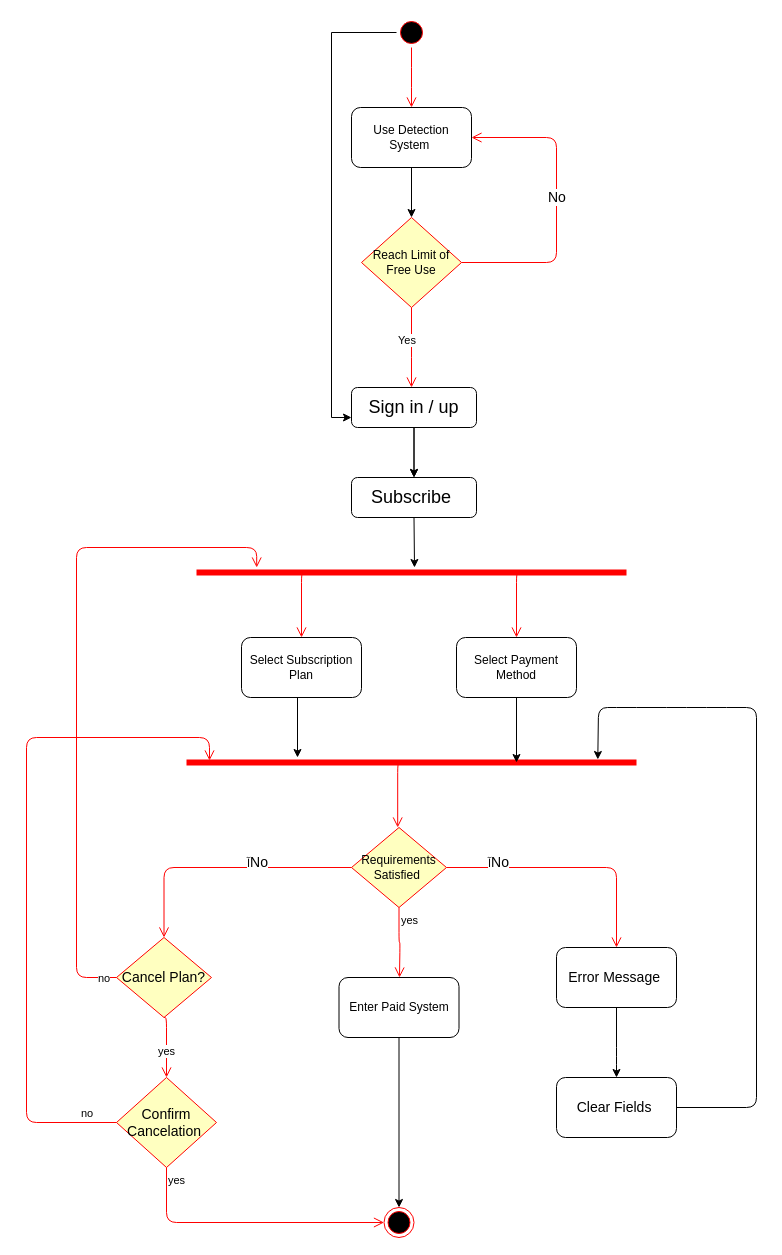
Earlier version of the draw.io diagram Tasks/Reham/Activity Diagram/7 Subscription.drawio (romanyn36/Catch-The-AI). Source tidied: cells renumbered, new cells numbered last; positions are measured from the earlier drawing's top-left corner, leaving out a move shared by most shapes. Both pictures are drawn from the tidied source at 100%, with x=0, y=0 at pixel (26, 17).
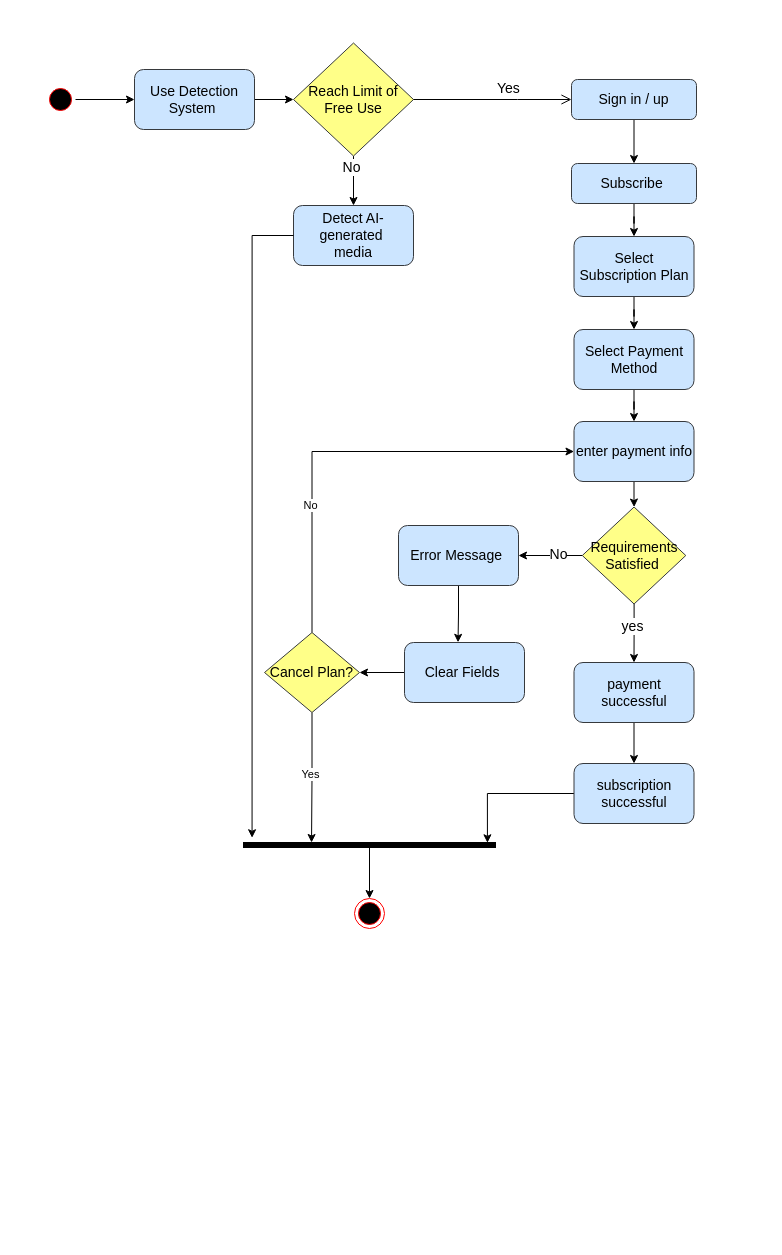
Above is the later version.

Diff of the diagram source:
```diff
@@
-    <mxCell id="2" style="edgeStyle=orthogonalEdgeStyle;rounded=0;jettySize=auto;html=1;entryX=0;entryY=0.75;entryDx=0;entryDy=0;" parent="1" edge="1" source="3" target="11">
-      <mxGeometry relative="1" as="geometry">
-        <Array as="points">
-          <mxPoint x="305" y="15" />
-          <mxPoint x="305" y="400" />
-        </Array>
-      </mxGeometry>
-    </mxCell>
+    <mxCell id="41" style="edgeStyle=orthogonalEdgeStyle;rounded=0;jettySize=auto;html=1;fontSize=14;" parent="1" edge="1" source="3" target="5">
+      <mxGeometry relative="1" as="geometry" />
+    </mxCell>
-    <mxCell id="3" style="ellipse;html=1;shape=startState;fillColor=#000000;strokeColor=#ff0000;" parent="1" vertex="1">
-      <mxGeometry x="370" width="30" height="30" as="geometry" />
+    <mxCell id="3" style="ellipse;html=1;shape=startState;fillColor=#000000;strokeColor=#ff0000;fontSize=14;" parent="1" vertex="1">
+      <mxGeometry x="19" y="67" width="30" height="30" as="geometry" />
     </mxCell>
-    <mxCell id="4" style="edgeStyle=orthogonalEdgeStyle;html=1;verticalAlign=bottom;endArrow=open;endSize=8;strokeColor=#ff0000;" parent="1" edge="1" source="3">
-      <mxGeometry relative="1" as="geometry">
-        <mxPoint x="385" y="90" as="targetPoint" />
-      </mxGeometry>
-    </mxCell>
+    <mxCell id="9" style="edgeStyle=orthogonalEdgeStyle;rounded=0;jettySize=auto;html=1;fontSize=14;" parent="1" edge="1" source="5" target="6">
+      <mxGeometry relative="1" as="geometry" />
+    </mxCell>
-    <mxCell id="5" value="Use Detection System&amp;nbsp;" style="rounded=1;whiteSpace=wrap;html=1;" parent="1" vertex="1">
-      <mxGeometry x="325" y="90" width="120" height="60" as="geometry" />
+    <mxCell id="5" value="Use Detection System&amp;nbsp;" style="rounded=1;whiteSpace=wrap;html=1;fillColor=#cce5ff;strokeColor=#36393d;fontSize=14;" parent="1" vertex="1">
+      <mxGeometry x="108" y="52" width="120" height="60" as="geometry" />
     </mxCell>
+    <mxCell id="42" style="edgeStyle=orthogonalEdgeStyle;rounded=0;jettySize=auto;html=1;fontSize=14;" parent="1" edge="1" source="6" target="58">
+      <mxGeometry relative="1" as="geometry" />
+    </mxCell>
+    <mxCell id="43" value="No" style="edgeLabel;html=1;align=center;verticalAlign=middle;fontSize=14;" parent="42" vertex="1">
+      <mxGeometry x="-0.55" y="-3" relative="1" as="geometry" />
+    </mxCell>
-    <mxCell id="6" value="Reach Limit of Free Use" style="rhombus;whiteSpace=wrap;html=1;fillColor=#ffffc0;strokeColor=#ff0000;" parent="1" vertex="1">
-      <mxGeometry x="335" y="200" width="100" height="90" as="geometry" />
+    <mxCell id="6" value="Reach Limit of Free Use" style="rhombus;whiteSpace=wrap;html=1;fillColor=#ffff88;strokeColor=#36393d;fontSize=14;" parent="1" vertex="1">
+      <mxGeometry x="267" y="25.5" width="120" height="113" as="geometry" />
     </mxCell>
-    <mxCell id="7" value="&lt;font style=&quot;font-size: 14px&quot;&gt;No&lt;/font&gt;" style="edgeStyle=orthogonalEdgeStyle;html=1;align=left;verticalAlign=bottom;endArrow=open;endSize=8;strokeColor=#ff0000;entryX=1;entryY=0.5;entryDx=0;entryDy=0;exitX=1;exitY=0.5;exitDx=0;exitDy=0;" parent="1" edge="1" source="6" target="5">
-      <mxGeometry x="-0.02" y="10" relative="1" as="geometry">
+    <mxCell id="7" value="&lt;font style=&quot;font-size: 14px;&quot;&gt;Yes&lt;/font&gt;" style="edgeStyle=orthogonalEdgeStyle;html=1;align=left;verticalAlign=bottom;endArrow=open;endSize=8;strokeColor=#000000;exitX=1;exitY=0.5;exitDx=0;exitDy=0;rounded=0;curved=0;entryX=0;entryY=0.5;entryDx=0;entryDy=0;fontSize=14;" parent="1" edge="1" source="6" target="11">
+      <mxGeometry x="0.04" relative="1" as="geometry">
         <Array as="points">
-          <mxPoint x="530" y="245" />
-          <mxPoint x="530" y="120" />
+          <mxPoint x="491" y="82" />
+          <mxPoint x="491" y="82" />
         </Array>
       </mxGeometry>
     </mxCell>
-    <mxCell id="8" value="Yes" style="edgeStyle=orthogonalEdgeStyle;html=1;align=left;verticalAlign=top;endArrow=open;endSize=8;strokeColor=#ff0000;" parent="1" edge="1" source="6">
-      <mxGeometry x="-0.5" y="-15" relative="1" as="geometry">
-        <mxPoint x="385" y="370" as="targetPoint" />
-        <Array as="points">
-          <mxPoint x="385" y="330" />
-          <mxPoint x="385" y="330" />
-        </Array>
-      </mxGeometry>
-    </mxCell>
-    <mxCell id="9" style="endArrow=classic;html=1;exitX=0.5;exitY=1;exitDx=0;exitDy=0;entryX=0.5;entryY=0;entryDx=0;entryDy=0;" parent="1" edge="1" source="5" target="6">
-      <mxGeometry relative="1" as="geometry" />
-    </mxCell>
-    <mxCell id="10" style="edgeStyle=orthogonalEdgeStyle;rounded=0;jettySize=auto;html=1;" parent="1" edge="1" source="11" target="12">
-      <mxGeometry relative="1" as="geometry" />
-    </mxCell>
+    <mxCell id="44" style="edgeStyle=orthogonalEdgeStyle;rounded=0;jettySize=auto;html=1;entryX=0.5;entryY=0;entryDx=0;entryDy=0;fontSize=14;" parent="1" edge="1" source="11" target="12">
+      <mxGeometry relative="1" as="geometry" />
+    </mxCell>
-    <mxCell id="11" value="&lt;font style=&quot;font-size: 18px&quot;&gt;Sign in / up&lt;/font&gt;" style="rounded=1;whiteSpace=wrap;html=1;" parent="1" vertex="1">
-      <mxGeometry x="325" y="370" width="125" height="40" as="geometry" />
+    <mxCell id="11" value="&lt;font style=&quot;font-size: 14px;&quot;&gt;Sign in / up&lt;/font&gt;" style="rounded=1;whiteSpace=wrap;html=1;fillColor=#cce5ff;strokeColor=#36393d;fontSize=14;" parent="1" vertex="1">
+      <mxGeometry x="545" y="62" width="125" height="40" as="geometry" />
     </mxCell>
+    <mxCell id="45" style="edgeStyle=orthogonalEdgeStyle;rounded=0;jettySize=auto;html=1;entryX=0.5;entryY=0;entryDx=0;entryDy=0;fontSize=14;" parent="1" edge="1" source="12" target="17">
+      <mxGeometry relative="1" as="geometry" />
+    </mxCell>
-    <mxCell id="12" value="&lt;span style=&quot;font-size: 18px&quot;&gt;Subscribe&amp;nbsp;&lt;/span&gt;" style="rounded=1;whiteSpace=wrap;html=1;" parent="1" vertex="1">
-      <mxGeometry x="325" y="460" width="125" height="40" as="geometry" />
+    <mxCell id="12" value="&lt;span style=&quot;font-size: 14px;&quot;&gt;Subscribe&amp;nbsp;&lt;/span&gt;" style="rounded=1;whiteSpace=wrap;html=1;fillColor=#cce5ff;strokeColor=#36393d;fontSize=14;" parent="1" vertex="1">
+      <mxGeometry x="545" y="146" width="125" height="40" as="geometry" />
     </mxCell>
-    <mxCell id="13" style="endArrow=classic;html=1;exitX=0.5;exitY=1;exitDx=0;exitDy=0;" parent="1" edge="1" source="11" target="12">
-      <mxGeometry relative="1" as="geometry" />
-    </mxCell>
-    <mxCell id="14" style="shape=line;html=1;strokeWidth=6;strokeColor=#ff0000;" parent="1" vertex="1">
-      <mxGeometry x="170" y="520" width="430" height="70" as="geometry" />
-    </mxCell>
-    <mxCell id="15" style="edgeStyle=orthogonalEdgeStyle;html=1;verticalAlign=bottom;endArrow=open;endSize=8;strokeColor=#ff0000;exitX=0.25;exitY=0.5;exitDx=0;exitDy=0;exitPerimeter=0;entryX=0.5;entryY=0;entryDx=0;entryDy=0;" parent="1" edge="1" source="14" target="17">
-      <mxGeometry relative="1" as="geometry">
-        <Array as="points">
-          <mxPoint x="275" y="555" />
-        </Array>
-      </mxGeometry>
-    </mxCell>
-    <mxCell id="16" style="endArrow=classic;html=1;exitX=0.5;exitY=1;exitDx=0;exitDy=0;" parent="1" edge="1" source="12">
-      <mxGeometry relative="1" as="geometry">
-        <mxPoint x="388" y="550" as="targetPoint" />
-      </mxGeometry>
-    </mxCell>
+    <mxCell id="46" style="edgeStyle=orthogonalEdgeStyle;rounded=0;jettySize=auto;html=1;fontSize=14;" parent="1" edge="1" source="17" target="18">
+      <mxGeometry relative="1" as="geometry" />
+    </mxCell>
-    <mxCell id="17" value="Select Subscription Plan" style="rounded=1;whiteSpace=wrap;html=1;" parent="1" vertex="1">
-      <mxGeometry x="215" y="620" width="120" height="60" as="geometry" />
+    <mxCell id="17" value="Select Subscription Plan" style="rounded=1;whiteSpace=wrap;html=1;fillColor=#cce5ff;strokeColor=#36393d;fontSize=14;" parent="1" vertex="1">
+      <mxGeometry x="547.5" y="219" width="120" height="60" as="geometry" />
     </mxCell>
+    <mxCell id="47" style="edgeStyle=orthogonalEdgeStyle;rounded=0;jettySize=auto;html=1;fontSize=14;" parent="1" edge="1" source="59" target="23">
+      <mxGeometry relative="1" as="geometry" />
+    </mxCell>
+    <mxCell id="48" style="edgeStyle=orthogonalEdgeStyle;rounded=0;jettySize=auto;html=1;fontSize=14;" parent="1" edge="1" source="18" target="59">
+      <mxGeometry relative="1" as="geometry" />
+    </mxCell>
-    <mxCell id="18" value="Select Payment Method" style="rounded=1;whiteSpace=wrap;html=1;" parent="1" vertex="1">
-      <mxGeometry x="430" y="620" width="120" height="60" as="geometry" />
+    <mxCell id="18" value="Select Payment Method" style="rounded=1;whiteSpace=wrap;html=1;fillColor=#cce5ff;strokeColor=#36393d;fontSize=14;" parent="1" vertex="1">
+      <mxGeometry x="547.5" y="312" width="120" height="60" as="geometry" />
     </mxCell>
-    <mxCell id="19" style="edgeStyle=orthogonalEdgeStyle;html=1;verticalAlign=bottom;endArrow=open;endSize=8;strokeColor=#ff0000;exitX=0.75;exitY=0.5;exitDx=0;exitDy=0;exitPerimeter=0;entryX=0.5;entryY=0;entryDx=0;entryDy=0;" parent="1" edge="1" source="14" target="18">
-      <mxGeometry relative="1" as="geometry">
-        <Array as="points">
-          <mxPoint x="490" y="555" />
-        </Array>
-      </mxGeometry>
-    </mxCell>
-    <mxCell id="20" style="shape=line;html=1;strokeWidth=6;strokeColor=#ff0000;" parent="1" vertex="1">
-      <mxGeometry x="160" y="710" width="450" height="70" as="geometry" />
-    </mxCell>
-    <mxCell id="21" style="endArrow=classic;html=1;" parent="1" edge="1">
-      <mxGeometry relative="1" as="geometry">
-        <mxPoint x="271" y="680" as="sourcePoint" />
-        <mxPoint x="271" y="740" as="targetPoint" />
-      </mxGeometry>
-    </mxCell>
-    <mxCell id="22" style="endArrow=classic;html=1;exitX=0.5;exitY=1;exitDx=0;exitDy=0;" parent="1" edge="1" source="18">
-      <mxGeometry relative="1" as="geometry">
-        <mxPoint x="490" y="745" as="targetPoint" />
-      </mxGeometry>
-    </mxCell>
+    <mxCell id="49" style="edgeStyle=orthogonalEdgeStyle;rounded=0;jettySize=auto;html=1;fontSize=14;" parent="1" edge="1" source="23" target="26">
+      <mxGeometry relative="1" as="geometry" />
+    </mxCell>
+    <mxCell id="50" value="yes" style="edgeLabel;html=1;align=center;verticalAlign=middle;fontSize=14;" parent="49" vertex="1">
+      <mxGeometry x="-0.26" y="-2" relative="1" as="geometry" />
+    </mxCell>
+    <mxCell id="29" style="edgeStyle=orthogonalEdgeStyle;rounded=0;jettySize=auto;html=1;fontSize=14;" parent="1" edge="1" source="23" target="30">
+      <mxGeometry relative="1" as="geometry" />
+    </mxCell>
+    <mxCell id="51" value="No" style="edgeLabel;html=1;align=center;verticalAlign=middle;fontSize=14;" parent="29" vertex="1">
+      <mxGeometry x="-0.25" y="-2" relative="1" as="geometry" />
+    </mxCell>
-    <mxCell id="23" value="Requirements Satisfied&amp;nbsp;" style="rhombus;whiteSpace=wrap;html=1;fillColor=#ffffc0;strokeColor=#ff0000;" parent="1" vertex="1">
-      <mxGeometry x="325" y="810" width="95" height="80" as="geometry" />
+    <mxCell id="23" value="Requirements Satisfied&amp;nbsp;" style="rhombus;whiteSpace=wrap;html=1;fillColor=#ffff88;strokeColor=#36393d;fontSize=14;" parent="1" vertex="1">
+      <mxGeometry x="555.8" y="489.5" width="103.5" height="97" as="geometry" />
     </mxCell>
-    <mxCell id="24" value="yes" style="edgeStyle=orthogonalEdgeStyle;html=1;align=left;verticalAlign=top;endArrow=open;endSize=8;strokeColor=#ff0000;exitX=0.5;exitY=1;exitDx=0;exitDy=0;" parent="1" edge="1" source="23">
-      <mxGeometry x="-1" relative="1" as="geometry">
-        <mxPoint x="373" y="960" as="targetPoint" />
-      </mxGeometry>
-    </mxCell>
-    <mxCell id="25" style="edgeStyle=orthogonalEdgeStyle;html=1;verticalAlign=bottom;endArrow=open;endSize=8;strokeColor=#ff0000;exitX=0.25;exitY=0.5;exitDx=0;exitDy=0;exitPerimeter=0;entryX=0.5;entryY=0;entryDx=0;entryDy=0;" parent="1" edge="1">
-      <mxGeometry relative="1" as="geometry">
-        <mxPoint x="373.8" y="745" as="sourcePoint" />
-        <mxPoint x="371.2" y="810" as="targetPoint" />
-        <Array as="points">
-          <mxPoint x="371.2" y="745" />
-        </Array>
-      </mxGeometry>
-    </mxCell>
+    <mxCell id="52" style="edgeStyle=orthogonalEdgeStyle;rounded=0;jettySize=auto;html=1;fontSize=14;" parent="1" edge="1" source="26" target="61">
+      <mxGeometry relative="1" as="geometry" />
+    </mxCell>
-    <mxCell id="26" value="Enter Paid System" style="rounded=1;whiteSpace=wrap;html=1;" parent="1" vertex="1">
-      <mxGeometry x="312.5" y="960" width="120" height="60" as="geometry" />
+    <mxCell id="26" value="payment successful" style="rounded=1;whiteSpace=wrap;html=1;fillColor=#cce5ff;strokeColor=#36393d;fontSize=14;" parent="1" vertex="1">
+      <mxGeometry x="547.5" y="645" width="120" height="60" as="geometry" />
     </mxCell>
-    <mxCell id="27" style="ellipse;html=1;shape=endState;fillColor=#000000;strokeColor=#ff0000;" parent="1" vertex="1">
-      <mxGeometry x="357.5" y="1190" width="30" height="30" as="geometry" />
+    <mxCell id="27" style="ellipse;html=1;shape=endState;fillColor=#000000;strokeColor=#ff0000;fontSize=14;" parent="1" vertex="1">
+      <mxGeometry x="328" y="881" width="30" height="30" as="geometry" />
     </mxCell>
-    <mxCell id="28" style="endArrow=classic;html=1;exitX=0.5;exitY=1;exitDx=0;exitDy=0;entryX=0.5;entryY=0;entryDx=0;entryDy=0;" parent="1" edge="1" source="26" target="27">
-      <mxGeometry relative="1" as="geometry" />
-    </mxCell>
-    <mxCell id="29" value="آ&lt;font style=&quot;font-size: 14px&quot;&gt;No&lt;/font&gt;" style="edgeStyle=orthogonalEdgeStyle;html=1;align=left;verticalAlign=top;endArrow=open;endSize=8;strokeColor=#ff0000;exitX=1;exitY=0.5;exitDx=0;exitDy=0;entryX=0.5;entryY=0;entryDx=0;entryDy=0;" parent="1" edge="1" source="23" target="30">
-      <mxGeometry x="-0.68" y="20" relative="1" as="geometry">
-        <Array as="points">
-          <mxPoint x="590" y="850" />
-        </Array>
-      </mxGeometry>
-    </mxCell>
+    <mxCell id="53" style="edgeStyle=orthogonalEdgeStyle;rounded=0;jettySize=auto;html=1;entryX=0.446;entryY=-0.003;entryDx=0;entryDy=0;entryPerimeter=0;fontSize=14;" parent="1" edge="1" source="30" target="32">
+      <mxGeometry relative="1" as="geometry" />
+    </mxCell>
-    <mxCell id="30" value="&lt;font style=&quot;font-size: 14px&quot;&gt;Error Message&amp;nbsp;&lt;/font&gt;" style="rounded=1;whiteSpace=wrap;html=1;" parent="1" vertex="1">
-      <mxGeometry x="530" y="930" width="120" height="60" as="geometry" />
+    <mxCell id="30" value="&lt;font style=&quot;font-size: 14px;&quot;&gt;Error Message&amp;nbsp;&lt;/font&gt;" style="rounded=1;whiteSpace=wrap;html=1;fillColor=#cce5ff;strokeColor=#36393d;fontSize=14;" parent="1" vertex="1">
+      <mxGeometry x="372" y="508" width="120" height="60" as="geometry" />
     </mxCell>
-    <mxCell id="31" style="endArrow=classic;html=1;exitX=0.5;exitY=1;exitDx=0;exitDy=0;" parent="1" edge="1" source="30">
-      <mxGeometry relative="1" as="geometry">
-        <mxPoint x="590" y="1060" as="targetPoint" />
-        <Array as="points">
-          <mxPoint x="590" y="1040" />
-        </Array>
-      </mxGeometry>
-    </mxCell>
+    <mxCell id="54" style="edgeStyle=orthogonalEdgeStyle;rounded=0;jettySize=auto;html=1;fontSize=14;" parent="1" edge="1" source="32" target="34">
+      <mxGeometry relative="1" as="geometry" />
+    </mxCell>
-    <mxCell id="32" value="&lt;font style=&quot;font-size: 14px&quot;&gt;Clear Fields&amp;nbsp;&lt;/font&gt;" style="rounded=1;whiteSpace=wrap;html=1;" parent="1" vertex="1">
-      <mxGeometry x="530" y="1060" width="120" height="60" as="geometry" />
+    <mxCell id="32" value="&lt;font style=&quot;font-size: 14px;&quot;&gt;Clear Fields&amp;nbsp;&lt;/font&gt;" style="rounded=1;whiteSpace=wrap;html=1;fillColor=#cce5ff;strokeColor=#36393d;fontSize=14;" parent="1" vertex="1">
+      <mxGeometry x="378" y="625" width="120" height="60" as="geometry" />
     </mxCell>
-    <mxCell id="33" style="endArrow=classic;html=1;exitX=1;exitY=0.5;exitDx=0;exitDy=0;entryX=0.914;entryY=0.457;entryDx=0;entryDy=0;entryPerimeter=0;" parent="1" edge="1" source="32" target="20">
-      <mxGeometry relative="1" as="geometry">
-        <Array as="points">
-          <mxPoint x="730" y="1090" />
-          <mxPoint x="730" y="690" />
-          <mxPoint x="690" y="690" />
-          <mxPoint x="650" y="690" />
-          <mxPoint x="600" y="690" />
-          <mxPoint x="572" y="690" />
-        </Array>
-      </mxGeometry>
-    </mxCell>
+    <mxCell id="55" style="edgeStyle=orthogonalEdgeStyle;rounded=0;jettySize=auto;html=1;entryX=0;entryY=0.5;entryDx=0;entryDy=0;fontSize=14;" parent="1" edge="1" source="34" target="59">
+      <mxGeometry relative="1" as="geometry">
+        <Array as="points">
+          <mxPoint x="286" y="434" />
+        </Array>
+      </mxGeometry>
+    </mxCell>
+    <mxCell id="56" value="No" style="edgeLabel;html=1;align=center;verticalAlign=middle;" parent="55" vertex="1">
+      <mxGeometry x="-0.42" y="2" relative="1" as="geometry" />
+    </mxCell>
+    <mxCell id="57" style="edgeStyle=orthogonalEdgeStyle;rounded=0;jettySize=auto;html=1;entryX=0.27;entryY=0;entryDx=0;entryDy=0;entryPerimeter=0;" parent="1" edge="1" source="34" target="64">
+      <mxGeometry relative="1" as="geometry" />
+    </mxCell>
+    <mxCell id="8" value="Yes" style="edgeLabel;html=1;align=center;verticalAlign=middle;" parent="57" vertex="1">
+      <mxGeometry x="-0.01" y="-2" relative="1" as="geometry">
+        <mxPoint x="-2" y="-2" as="offset" />
+      </mxGeometry>
+    </mxCell>
-    <mxCell id="34" value="&lt;font style=&quot;font-size: 14px&quot;&gt;Cancel Plan?&lt;/font&gt;" style="rhombus;whiteSpace=wrap;html=1;fillColor=#ffffc0;strokeColor=#ff0000;" parent="1" vertex="1">
-      <mxGeometry x="90" y="920" width="95" height="80" as="geometry" />
+    <mxCell id="34" value="&lt;font style=&quot;font-size: 14px;&quot;&gt;Cancel Plan?&lt;/font&gt;" style="rhombus;whiteSpace=wrap;html=1;fillColor=#ffff88;strokeColor=#36393d;fontSize=14;" parent="1" vertex="1">
+      <mxGeometry x="238" y="615" width="95" height="80" as="geometry" />
     </mxCell>
-    <mxCell id="35" value="آ&lt;font style=&quot;font-size: 14px&quot;&gt;No&lt;/font&gt;" style="edgeStyle=orthogonalEdgeStyle;html=1;align=left;verticalAlign=top;endArrow=open;endSize=8;strokeColor=#ff0000;exitX=0;exitY=0.5;exitDx=0;exitDy=0;entryX=0.5;entryY=0;entryDx=0;entryDy=0;" parent="1" edge="1" source="23" target="34">
-      <mxGeometry x="-0.18" y="-20" relative="1" as="geometry">
-        <Array as="points">
-          <mxPoint x="138" y="850" />
-        </Array>
-      </mxGeometry>
-    </mxCell>
-    <mxCell id="36" value="&lt;span style=&quot;font-size: 14px&quot;&gt;Confirm Cancelation&amp;nbsp;&lt;/span&gt;" style="rhombus;whiteSpace=wrap;html=1;fillColor=#ffffc0;strokeColor=#ff0000;" parent="1" vertex="1">
-      <mxGeometry x="90" y="1060" width="100" height="90" as="geometry" />
-    </mxCell>
-    <mxCell id="37" value="yes" style="edgeStyle=orthogonalEdgeStyle;html=1;align=left;verticalAlign=top;endArrow=open;endSize=8;strokeColor=#ff0000;exitX=0.5;exitY=1;exitDx=0;exitDy=0;entryX=0.5;entryY=0;entryDx=0;entryDy=0;" parent="1" edge="1" source="34" target="36">
-      <mxGeometry x="-0.28" y="-10" relative="1" as="geometry">
-        <Array as="points">
-          <mxPoint x="140" y="1000" />
-        </Array>
-      </mxGeometry>
-    </mxCell>
-    <mxCell id="38" value="no" style="edgeStyle=orthogonalEdgeStyle;html=1;align=left;verticalAlign=bottom;endArrow=open;endSize=8;strokeColor=#ff0000;exitX=0;exitY=0.5;exitDx=0;exitDy=0;" parent="1" edge="1" source="36">
-      <mxGeometry x="-0.89" relative="1" as="geometry">
-        <mxPoint x="183" y="743" as="targetPoint" />
-        <Array as="points">
-          <mxPoint y="1105" />
-          <mxPoint y="720" />
-          <mxPoint x="183" y="720" />
-        </Array>
-      </mxGeometry>
-    </mxCell>
-    <mxCell id="39" value="yes" style="edgeStyle=orthogonalEdgeStyle;html=1;align=left;verticalAlign=top;endArrow=open;endSize=8;strokeColor=#ff0000;exitX=0.5;exitY=1;exitDx=0;exitDy=0;entryX=0;entryY=0.5;entryDx=0;entryDy=0;" parent="1" edge="1" source="36" target="27">
-      <mxGeometry x="-1" relative="1" as="geometry" />
-    </mxCell>
-    <mxCell id="40" value="no" style="edgeStyle=orthogonalEdgeStyle;html=1;align=left;verticalAlign=bottom;endArrow=open;endSize=8;strokeColor=#ff0000;exitX=0;exitY=0.5;exitDx=0;exitDy=0;entryX=0.14;entryY=0.429;entryDx=0;entryDy=0;entryPerimeter=0;" parent="1" edge="1" source="34" target="14">
-      <mxGeometry x="-0.94" y="10" relative="1" as="geometry">
-        <Array as="points">
-          <mxPoint x="50" y="960" />
-          <mxPoint x="50" y="530" />
-          <mxPoint x="230" y="530" />
-        </Array>
-      </mxGeometry>
-    </mxCell>
+    <mxCell id="58" value="Detect AI-generated&amp;nbsp;&lt;br style=&quot;font-size: 14px;&quot;&gt;media" style="rounded=1;whiteSpace=wrap;html=1;fillColor=#cce5ff;strokeColor=#36393d;fontSize=14;" parent="1" vertex="1">
+      <mxGeometry x="267" y="188" width="120" height="60" as="geometry" />
+    </mxCell>
+    <mxCell id="59" value="enter payment info" style="rounded=1;whiteSpace=wrap;html=1;fillColor=#cce5ff;strokeColor=#36393d;fontSize=14;" parent="1" vertex="1">
+      <mxGeometry x="547.5" y="404" width="120" height="60" as="geometry" />
+    </mxCell>
+    <mxCell id="60" style="edgeStyle=orthogonalEdgeStyle;rounded=0;jettySize=auto;html=1;fontSize=14;entryX=0.968;entryY=0.058;entryDx=0;entryDy=0;entryPerimeter=0;" parent="1" edge="1" source="61" target="64">
+      <mxGeometry relative="1" as="geometry" />
+    </mxCell>
+    <mxCell id="61" value="subscription successful" style="rounded=1;whiteSpace=wrap;html=1;fillColor=#cce5ff;strokeColor=#36393d;fontSize=14;" parent="1" vertex="1">
+      <mxGeometry x="547.5" y="746" width="120" height="60" as="geometry" />
+    </mxCell>
+    <mxCell id="62" style="edgeStyle=orthogonalEdgeStyle;rounded=0;orthogonalLoop=1;jettySize=auto;html=1;exitX=0.5;exitY=1;exitDx=0;exitDy=0;fontSize=14;" parent="1" edge="1" source="11" target="11">
+      <mxGeometry relative="1" as="geometry" />
+    </mxCell>
+    <mxCell id="63" style="edgeStyle=orthogonalEdgeStyle;rounded=0;jettySize=auto;html=1;entryX=0.5;entryY=0;entryDx=0;entryDy=0;" parent="1" edge="1" source="64" target="27">
+      <mxGeometry relative="1" as="geometry" />
+    </mxCell>
+    <mxCell id="64" style="rounded=0;whiteSpace=wrap;html=1;fillColor=#000000;" parent="1" vertex="1">
+      <mxGeometry x="217" y="825" width="252" height="5" as="geometry" />
+    </mxCell>
+    <mxCell id="65" style="edgeStyle=orthogonalEdgeStyle;rounded=0;jettySize=auto;html=1;entryX=0.034;entryY=-0.95;entryDx=0;entryDy=0;entryPerimeter=0;" parent="1" edge="1" source="58" target="64">
+      <mxGeometry relative="1" as="geometry">
+        <Array as="points">
+          <mxPoint x="226" y="218" />
+        </Array>
+      </mxGeometry>
+    </mxCell>
```
